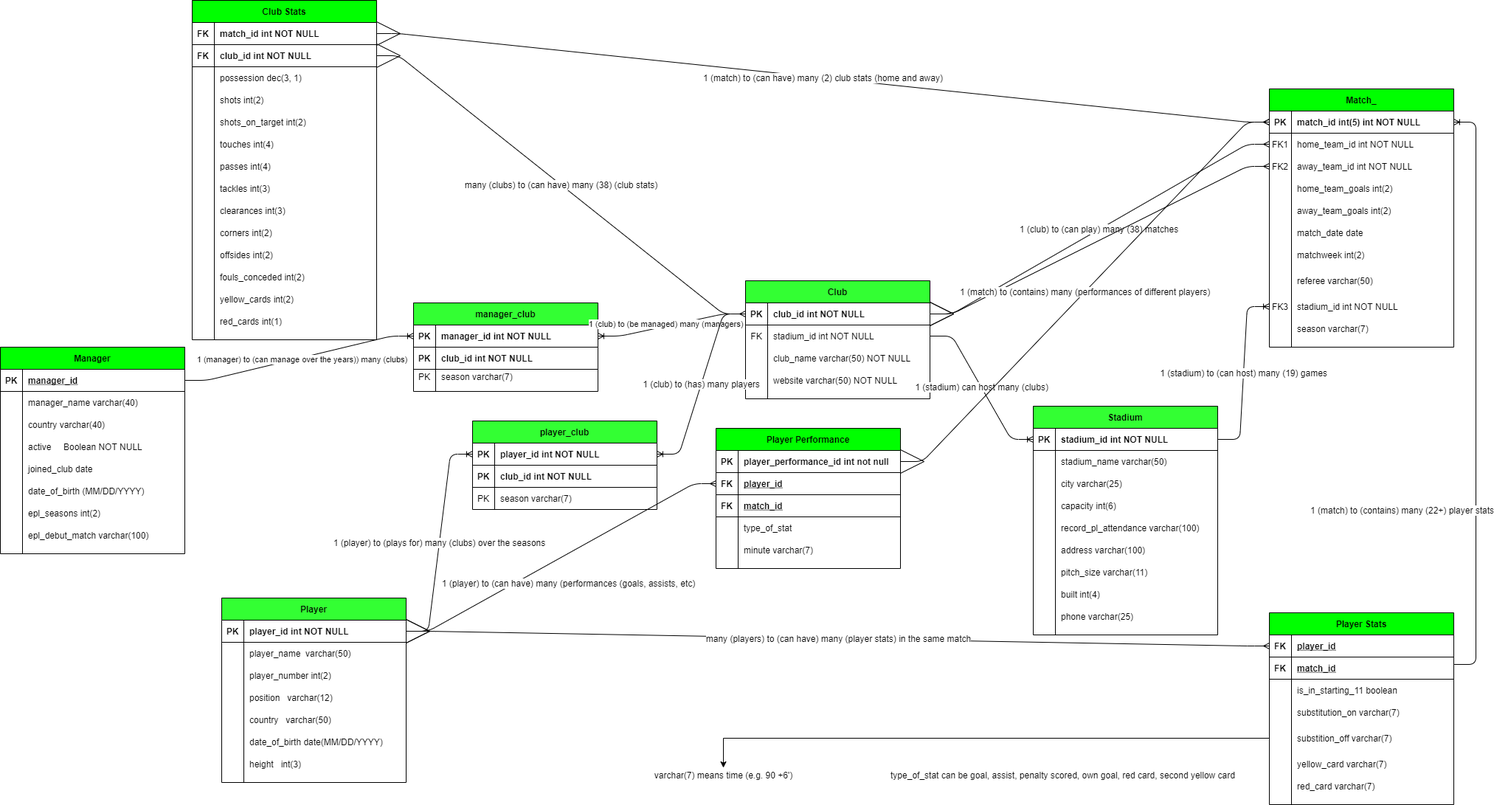
This is Premier League Database Model.png from narekzamanyan97/Scraped-EPL-Data-Into-a-Database, a draw.io export, as it was before one commit. Source tidied: cells renumbered, new cells last; positions are measured from the earlier drawing's top-left corner, leaving out a move shared by most shapes.
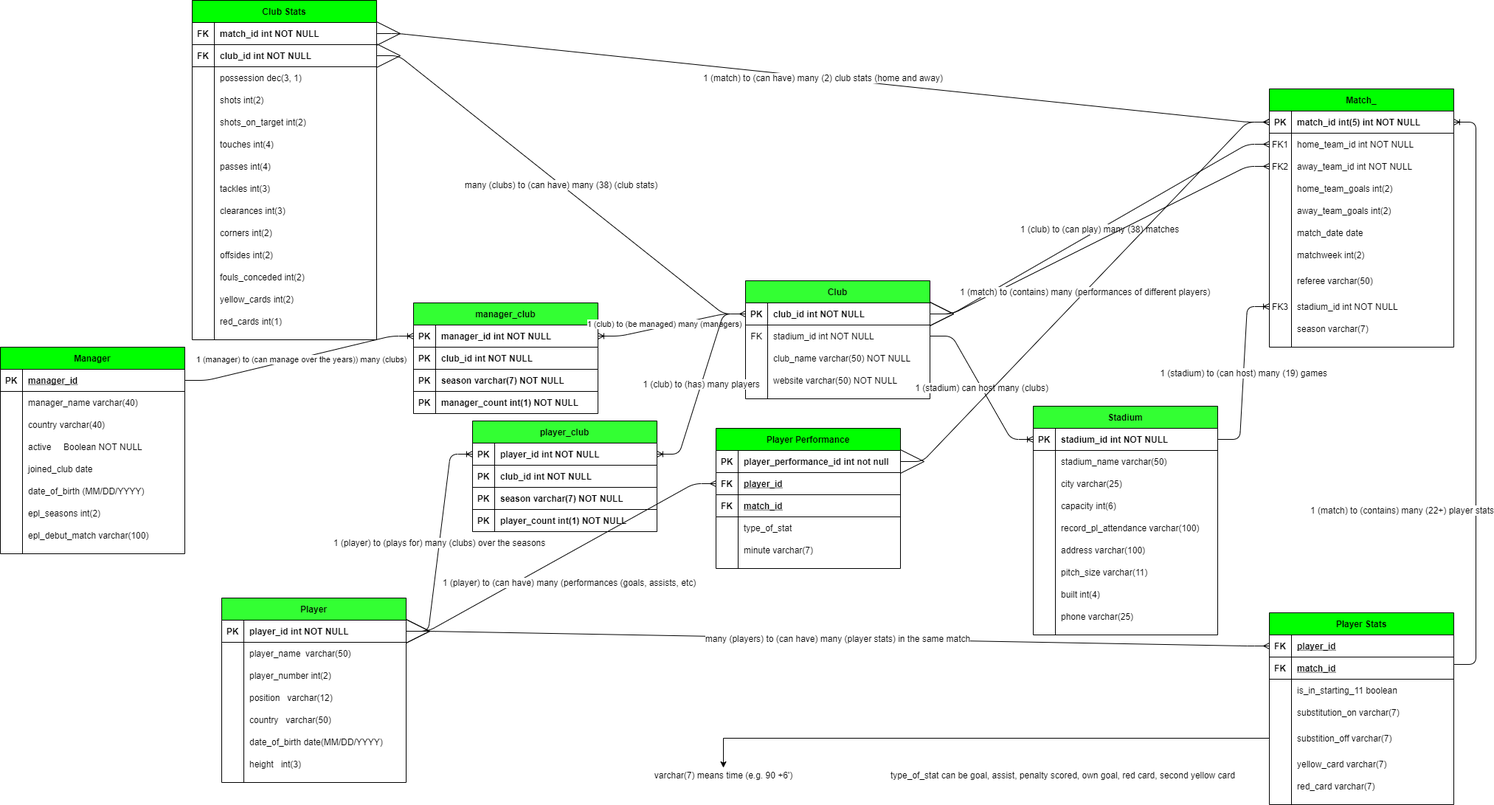
Above is the later version.

Change to the diagram source:
```diff
@@ -644,7 +644,7 @@
       <mxGeometry relative="1" as="geometry" />
     </mxCell>
     <mxCell id="215" value="player_club" style="shape=table;startSize=30;rowLines=0;fontStyle=1;align=center;fillColor=#33FF33;" parent="1" vertex="1">
-      <mxGeometry x="640" y="570" width="250" height="120" as="geometry" />
+      <mxGeometry x="640" y="570" width="250" height="150" as="geometry" />
     </mxCell>
     <mxCell id="216" style="shape=partialRectangle;fillColor=none;points=[[0,0.5],[1,0.5]];portConstraint=eastwest;top=0;left=0;right=0;bottom=1;" parent="215" vertex="1">
       <mxGeometry y="30" width="250" height="30" as="geometry" />
@@ -664,17 +664,26 @@
     <mxCell id="221" value="club_id int NOT NULL" style="shape=partialRectangle;overflow=hidden;fillColor=none;top=0;left=0;bottom=0;right=0;align=left;spacingLeft=6;fontStyle=1;" parent="219" vertex="1">
       <mxGeometry x="30" width="220" height="30" as="geometry" />
     </mxCell>
-    <mxCell id="222" style="shape=partialRectangle;fillColor=none;top=0;left=0;right=0;bottom=0;" parent="215" vertex="1">
-      <mxGeometry y="90" width="250" height="30" as="geometry" />
-    </mxCell>
-    <mxCell id="223" value="PK" style="shape=partialRectangle;overflow=hidden;fillColor=none;top=0;left=0;bottom=0;right=0;" parent="222" vertex="1">
-      <mxGeometry width="30" height="30" as="geometry" />
-    </mxCell>
-    <mxCell id="224" value="season varchar(7)" style="shape=partialRectangle;overflow=hidden;fillColor=none;top=0;left=0;bottom=0;right=0;align=left;spacingLeft=6;" parent="222" vertex="1">
-      <mxGeometry x="30" width="220" height="30" as="geometry" />
-    </mxCell>
+    <mxCell id="241" style="shape=partialRectangle;fillColor=none;top=0;left=0;right=0;bottom=1;" parent="215" vertex="1">
+      <mxGeometry y="90" width="250" height="30" as="geometry" />
+    </mxCell>
+    <mxCell id="242" value="PK" style="shape=partialRectangle;overflow=hidden;fillColor=none;top=0;left=0;bottom=0;right=0;fontStyle=1;" parent="241" vertex="1">
+      <mxGeometry width="30" height="30" as="geometry" />
+    </mxCell>
+    <mxCell id="243" value="season varchar(7) NOT NULL" style="shape=partialRectangle;overflow=hidden;fillColor=none;top=0;left=0;bottom=0;right=0;align=left;spacingLeft=6;fontStyle=1;" parent="241" vertex="1">
+      <mxGeometry x="30" width="220" height="30" as="geometry" />
+    </mxCell>
+    <mxCell id="244" style="shape=partialRectangle;fillColor=none;top=0;left=0;right=0;bottom=1;" parent="215" vertex="1">
+      <mxGeometry y="120" width="250" height="30" as="geometry" />
+    </mxCell>
+    <mxCell id="245" value="PK" style="shape=partialRectangle;overflow=hidden;fillColor=none;top=0;left=0;bottom=0;right=0;fontStyle=1;" parent="244" vertex="1">
+      <mxGeometry width="30" height="30" as="geometry" />
+    </mxCell>
+    <mxCell id="246" value="player_count int(1) NOT NULL" style="shape=partialRectangle;overflow=hidden;fillColor=none;top=0;left=0;bottom=0;right=0;align=left;spacingLeft=6;fontStyle=1;" parent="244" vertex="1">
+      <mxGeometry x="30" width="220" height="30" as="geometry" />
+    </mxCell>
     <mxCell id="225" value="manager_club" style="shape=table;startSize=30;rowLines=0;fontStyle=1;align=center;fillColor=#33FF33;" parent="1" vertex="1">
-      <mxGeometry x="560" y="410" width="250" height="120" as="geometry" />
+      <mxGeometry x="560" y="410" width="250" height="150" as="geometry" />
     </mxCell>
     <mxCell id="226" style="shape=partialRectangle;fillColor=none;points=[[0,0.5],[1,0.5]];portConstraint=eastwest;top=0;left=0;right=0;bottom=1;" parent="225" vertex="1">
       <mxGeometry y="30" width="250" height="30" as="geometry" />
@@ -694,15 +703,24 @@
     <mxCell id="231" value="club_id int NOT NULL" style="shape=partialRectangle;overflow=hidden;fillColor=none;top=0;left=0;bottom=0;right=0;align=left;spacingLeft=6;fontStyle=1;" parent="229" vertex="1">
       <mxGeometry x="30" width="220" height="30" as="geometry" />
     </mxCell>
-    <mxCell id="232" style="shape=partialRectangle;fillColor=none;top=0;left=0;right=0;bottom=0;" parent="225" vertex="1">
-      <mxGeometry y="90" width="250" height="20" as="geometry" />
-    </mxCell>
-    <mxCell id="233" value="PK" style="shape=partialRectangle;overflow=hidden;fillColor=none;top=0;left=0;bottom=0;right=0;" parent="232" vertex="1">
-      <mxGeometry width="30" height="20" as="geometry" />
-    </mxCell>
-    <mxCell id="234" value="season varchar(7)" style="shape=partialRectangle;overflow=hidden;fillColor=none;top=0;left=0;bottom=0;right=0;align=left;spacingLeft=6;" parent="232" vertex="1">
-      <mxGeometry x="30" width="220" height="20" as="geometry" />
-    </mxCell>
+    <mxCell id="247" style="shape=partialRectangle;fillColor=none;top=0;left=0;right=0;bottom=1;" parent="225" vertex="1">
+      <mxGeometry y="90" width="250" height="30" as="geometry" />
+    </mxCell>
+    <mxCell id="248" value="PK" style="shape=partialRectangle;overflow=hidden;fillColor=none;top=0;left=0;bottom=0;right=0;fontStyle=1;" parent="247" vertex="1">
+      <mxGeometry width="30" height="30" as="geometry" />
+    </mxCell>
+    <mxCell id="249" value="season varchar(7) NOT NULL" style="shape=partialRectangle;overflow=hidden;fillColor=none;top=0;left=0;bottom=0;right=0;align=left;spacingLeft=6;fontStyle=1;" parent="247" vertex="1">
+      <mxGeometry x="30" width="220" height="30" as="geometry" />
+    </mxCell>
+    <mxCell id="250" style="shape=partialRectangle;fillColor=none;top=0;left=0;right=0;bottom=1;" parent="225" vertex="1">
+      <mxGeometry y="120" width="250" height="30" as="geometry" />
+    </mxCell>
+    <mxCell id="251" value="PK" style="shape=partialRectangle;overflow=hidden;fillColor=none;top=0;left=0;bottom=0;right=0;fontStyle=1;" parent="250" vertex="1">
+      <mxGeometry width="30" height="30" as="geometry" />
+    </mxCell>
+    <mxCell id="252" value="manager_count int(1) NOT NULL" style="shape=partialRectangle;overflow=hidden;fillColor=none;top=0;left=0;bottom=0;right=0;align=left;spacingLeft=6;fontStyle=1;" parent="250" vertex="1">
+      <mxGeometry x="30" width="220" height="30" as="geometry" />
+    </mxCell>
     <mxCell id="235" style="edgeStyle=entityRelationEdgeStyle;fontSize=12;html=1;endArrow=ERoneToMany;entryX=0;entryY=0.5;entryDx=0;entryDy=0;" parent="1" edge="1" source="3" target="226">
       <mxGeometry relative="1" as="geometry" />
     </mxCell>
```
